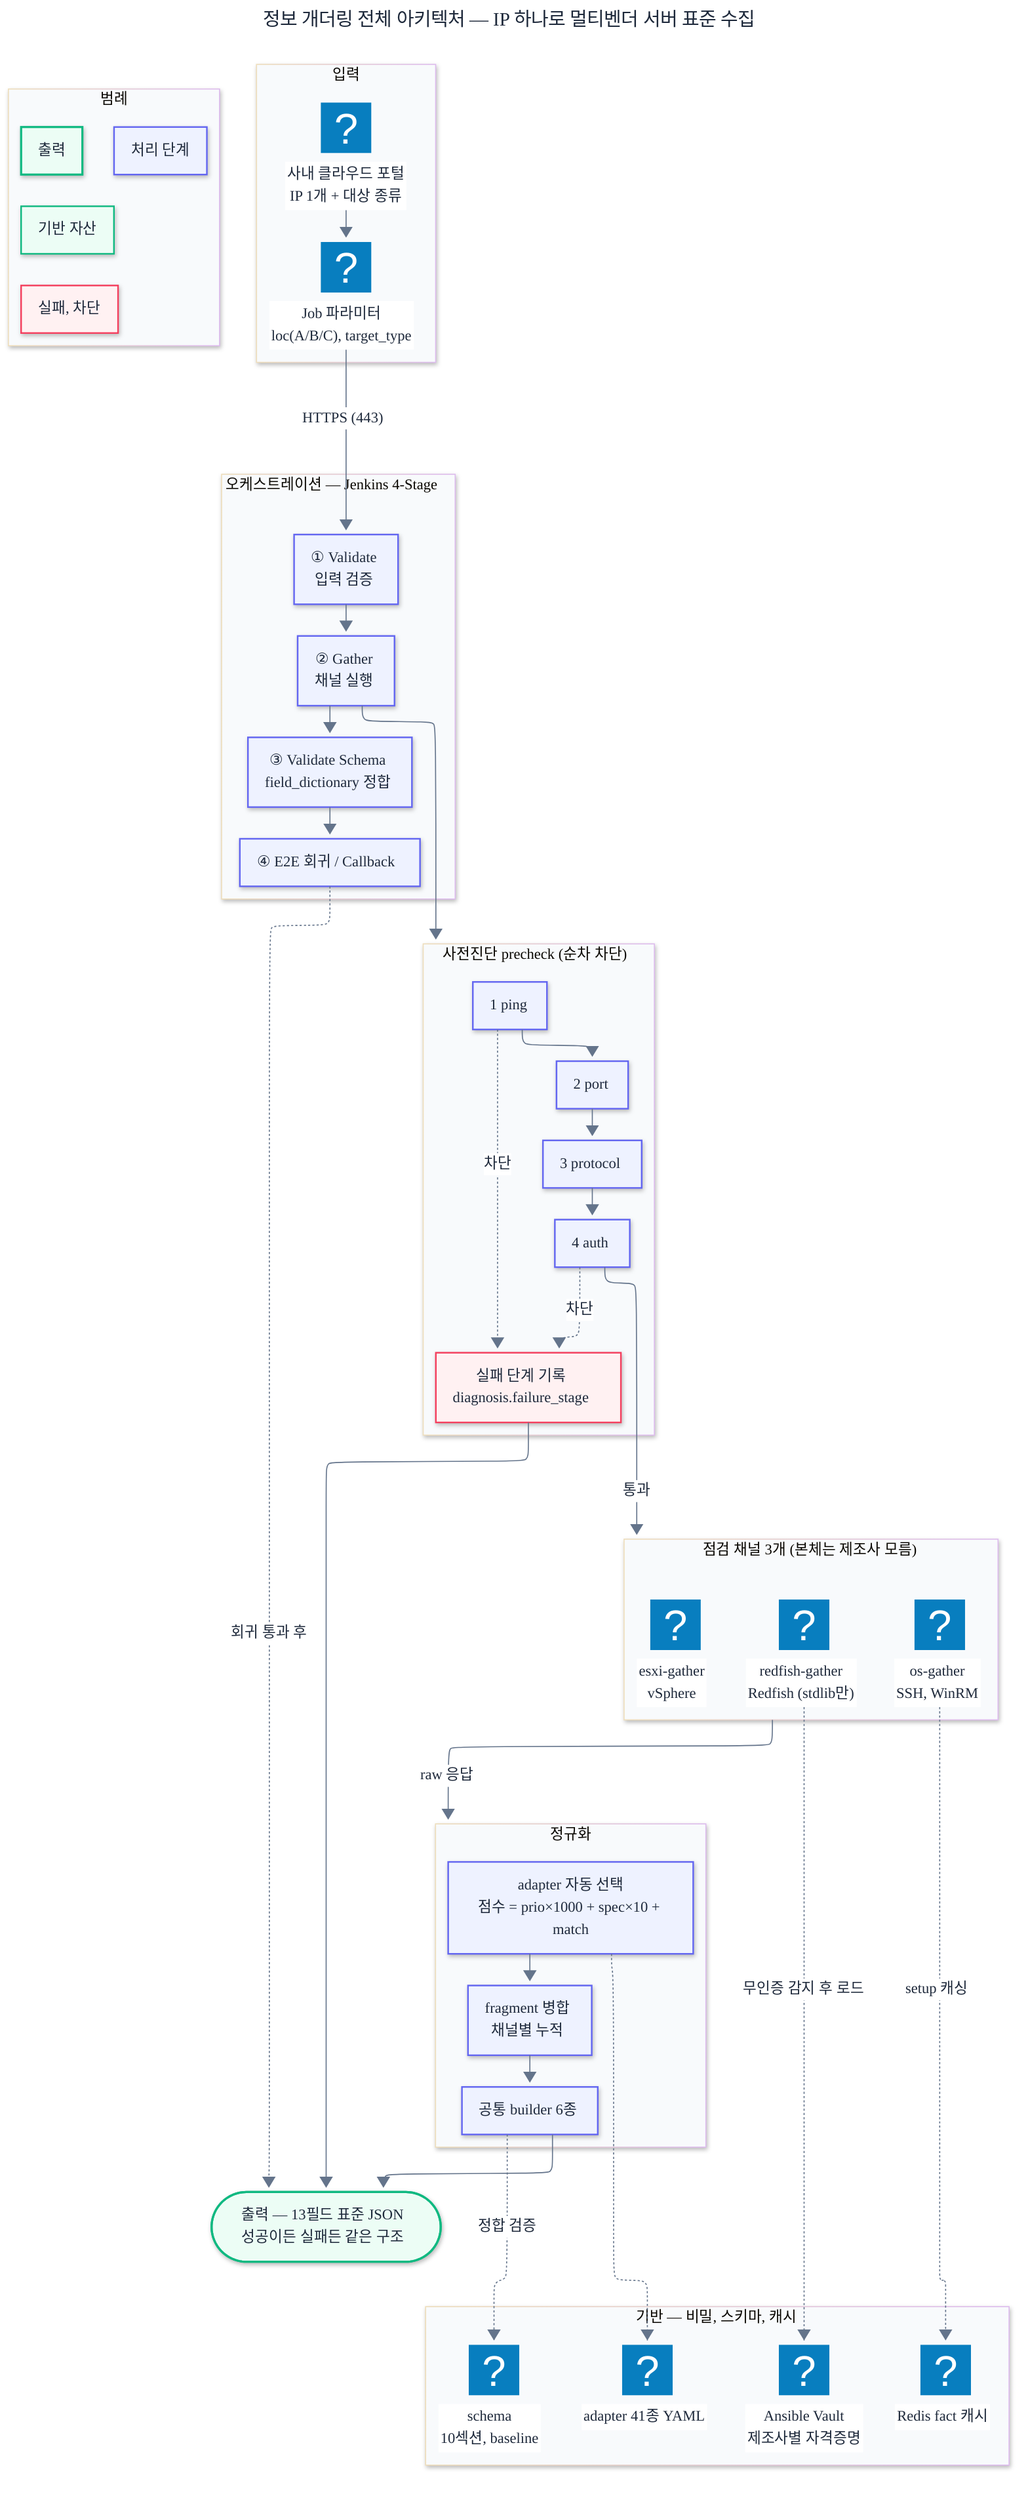
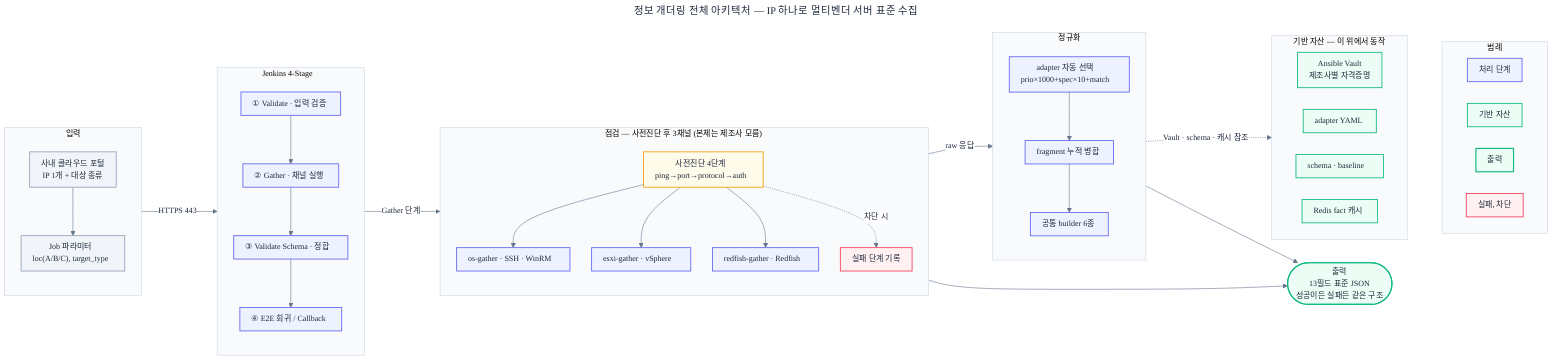
---
title: 정보 개더링 전체 아키텍처 — IP 하나로 멀티벤더 서버 표준 수집
config:
-   layout: elk
-   look: neo
  theme: base
  themeVariables:
    fontFamily: 'Pretendard, Malgun Gothic, Noto Sans KR, sans-serif'
    fontSize: '14px'
    primaryTextColor: '#1E293B'
    lineColor: '#64748B'
    edgeLabelBackground: '#FFFFFF'
    clusterBkg: '#F8FAFC'
    clusterBorder: '#CBD5E1'
+   flowchart:
+     nodeSpacing: 38
+     rankSpacing: 60
+     padding: 10
---
- flowchart TB
+ flowchart LR
  subgraph IN["입력"]
-     direction LR
-     PORTAL@{ icon: "fa6-solid:window-maximize", label: "사내 클라우드 포털<br/>IP 1개 + 대상 종류" }
-     PARAM@{ icon: "fa6-solid:network-wired", label: "Job 파라미터<br/>loc(A/B/C), target_type" }
+     direction TB
+     PORTAL["사내 클라우드 포털<br/>IP 1개 + 대상 종류"]:::input
+     PARAM["Job 파라미터<br/>loc(A/B/C), target_type"]:::input
    PORTAL --> PARAM
  end

-   subgraph ORCH["오케스트레이션 — Jenkins 4-Stage"]
-     direction LR
-     ST1["① Validate<br/>입력 검증"]
-     ST2["② Gather<br/>채널 실행"]
-     ST3["③ Validate Schema<br/>field_dictionary 정합"]
-     ST4["④ E2E 회귀 / Callback"]
+   subgraph ORCH["Jenkins 4-Stage"]
+     direction TB
+     ST1["① Validate · 입력 검증"]:::proc
+     ST2["② Gather · 채널 실행"]:::proc
+     ST3["③ Validate Schema · 정합"]:::proc
+     ST4["④ E2E 회귀 / Callback"]:::proc
    ST1 --> ST2 --> ST3 --> ST4
  end

-   subgraph PRE["사전진단 precheck (순차 차단)"]
-     direction LR
-     PP1["1 ping"] --> PP2["2 port"] --> PP3["3 protocol"] --> PP4["4 auth"]
-     PFAIL["실패 단계 기록<br/>diagnosis.failure_stage"]:::fail
-   end
- 
-   subgraph CH["점검 채널 3개 (본체는 제조사 모름)"]
-     direction LR
-     OSG@{ icon: "logos:ansible", label: "os-gather<br/>SSH, WinRM" }
-     ESXG@{ icon: "logos:ansible", label: "esxi-gather<br/>vSphere" }
-     RFG@{ icon: "fa6-solid:microchip", label: "redfish-gather<br/>Redfish (stdlib만)" }
+   subgraph CH["점검 — 사전진단 후 3채널 (본체는 제조사 모름)"]
+     direction TB
+     PRE["사전진단 4단계<br/>ping→port→protocol→auth"]:::gate
+     OSG["os-gather · SSH · WinRM"]:::proc
+     ESXG["esxi-gather · vSphere"]:::proc
+     RFG["redfish-gather · Redfish"]:::proc
+     PRE --> OSG
+     PRE --> ESXG
+     PRE --> RFG
+     PRE -.->|"차단 시"| PFAIL["실패 단계 기록"]:::fail
  end

  subgraph NORM["정규화"]
-     direction LR
-     ADP["adapter 자동 선택<br/>점수 = prio×1000 + spec×10 + match"]:::proc
-     FRAG["fragment 병합<br/>채널별 누적"]:::proc
+     direction TB
+     ADP["adapter 자동 선택<br/>prio×1000+spec×10+match"]:::proc
+     FRAG["fragment 누적 병합"]:::proc
    BLD["공통 builder 6종"]:::proc
    ADP --> FRAG --> BLD
  end

-   subgraph BASE["기반 — 비밀, 스키마, 캐시"]
+   OUT(["출력<br/>13필드 표준 JSON<br/>성공이든 실패든 같은 구조"]):::env
+ 
+   IN -->|"HTTPS 443"| ORCH
+   ORCH -->|"Gather 단계"| CH
+   CH -->|"raw 응답"| NORM
+   NORM --> OUT
+   PFAIL --> OUT
+ 
+   subgraph BASE["기반 자산 — 이 위에서 동작"]
    direction LR
-     VAULT@{ icon: "fa6-solid:lock", label: "Ansible Vault<br/>제조사별 자격증명" }
-     ADPY@{ icon: "fa6-solid:box-archive", label: "adapter 41종 YAML" }
-     SCHEMA@{ icon: "fa6-solid:database", label: "schema<br/>10섹션, baseline" }
-     REDIS@{ icon: "logos:redis", label: "Redis fact 캐시" }
+     VAULT["Ansible Vault<br/>제조사별 자격증명"]:::store
+     ADPY["adapter YAML"]:::store
+     SCHEMA["schema · baseline"]:::store
+     REDIS["Redis fact 캐시"]:::store
  end
- 
-   OUT(["출력 — 13필드 표준 JSON<br/>성공이든 실패든 같은 구조"]):::env
- 
-   PARAM -->|"HTTPS (443)"| ST1
-   ST2 --> PRE
-   PP4 -->|"통과"| CH
-   PP1 -.->|"차단"| PFAIL
-   PP4 -.->|"차단"| PFAIL
-   RFG -.->|"무인증 감지 후 로드"| VAULT
-   ADP -.-> ADPY
-   BLD -.->|"정합 검증"| SCHEMA
-   OSG -.->|"setup 캐싱"| REDIS
-   CH -->|"raw 응답"| NORM
-   BLD --> OUT
-   PFAIL --> OUT
-   ST4 -.->|"회귀 통과 후"| OUT
+   NORM -.->|"Vault · schema · 캐시 참조"| BASE

  subgraph LEGEND["범례"]
    direction LR
    LG1["처리 단계"]:::proc
    LG2["기반 자산"]:::store
    LG3["출력"]:::env
    LG4["실패, 차단"]:::fail
  end
+   BASE ~~~ LEGEND

+   classDef input fill:#F1F5F9,stroke:#94A3B8,color:#1E293B,stroke-width:1.5px
  classDef proc fill:#EEF2FF,stroke:#6366F1,color:#1E293B,stroke-width:1.5px
+   classDef gate fill:#FFFBEB,stroke:#F59E0B,color:#1E293B,stroke-width:1.5px
  classDef store fill:#ECFDF5,stroke:#10B981,color:#1E293B,stroke-width:1.5px
  classDef env fill:#ECFDF5,stroke:#10B981,color:#1E293B,stroke-width:2px
  classDef fail fill:#FFF1F2,stroke:#F43F5E,color:#1E293B,stroke-width:1.5px
- 
-   class ST1,ST2,ST3,ST4,PP1,PP2,PP3,PP4,OSG,ESXG,RFG proc
-   class VAULT,ADPY,SCHEMA,REDIS store
-   class PORTAL,PARAM proc
